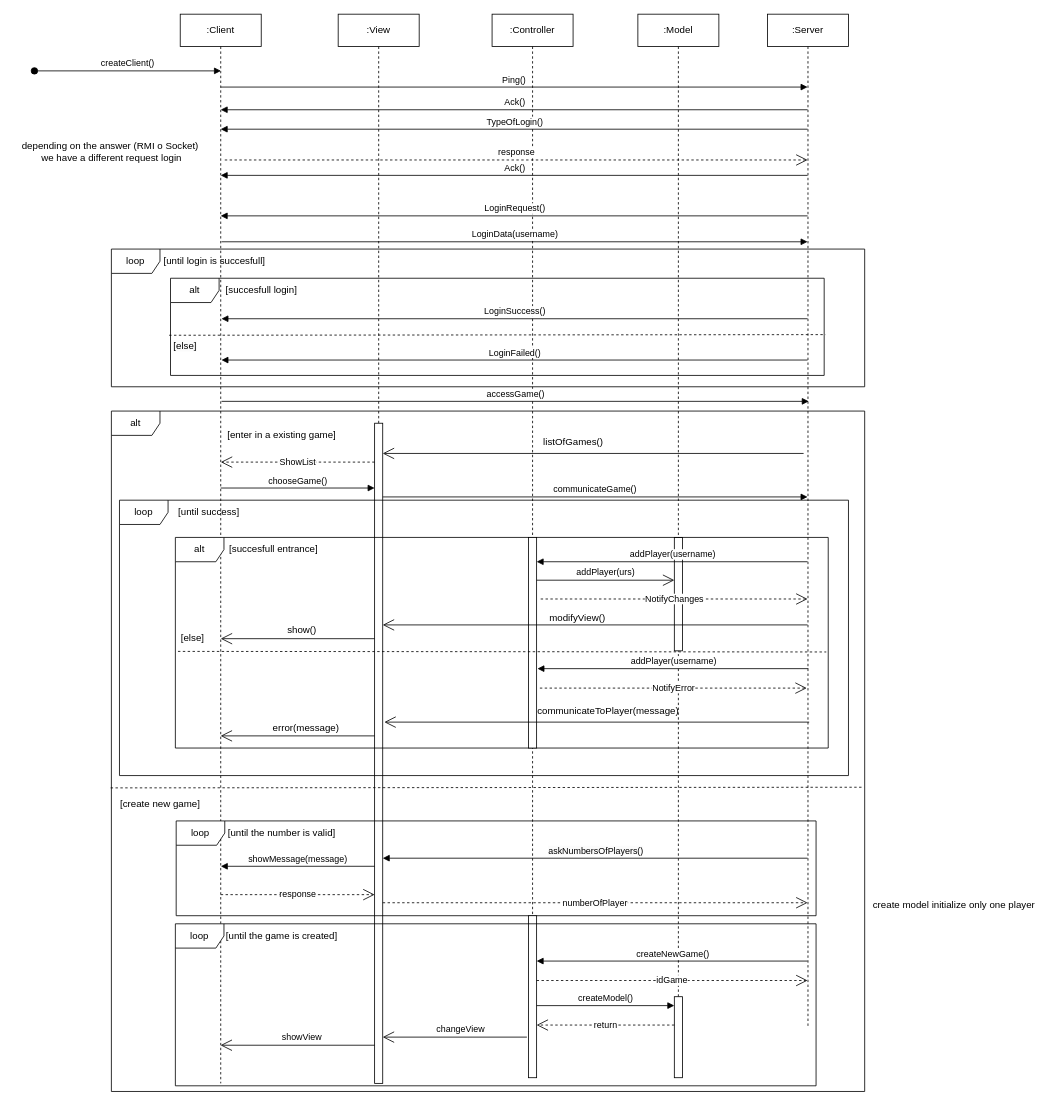
Earlier version of the draw.io diagram src/main/resources/deliverables/Acceso al gioco.drawio (matteovignocchi/ing-sw-2025-Vignocchi-Nedina-LoConte-LaVecchia). Source tidied: cells renumbered, new cells numbered last; positions are measured from the earlier drawing's top-left corner, leaving out a move shared by most shapes. Both pictures are drawn from the tidied source at 81%, with x=0, y=0 at pixel (14, 14).
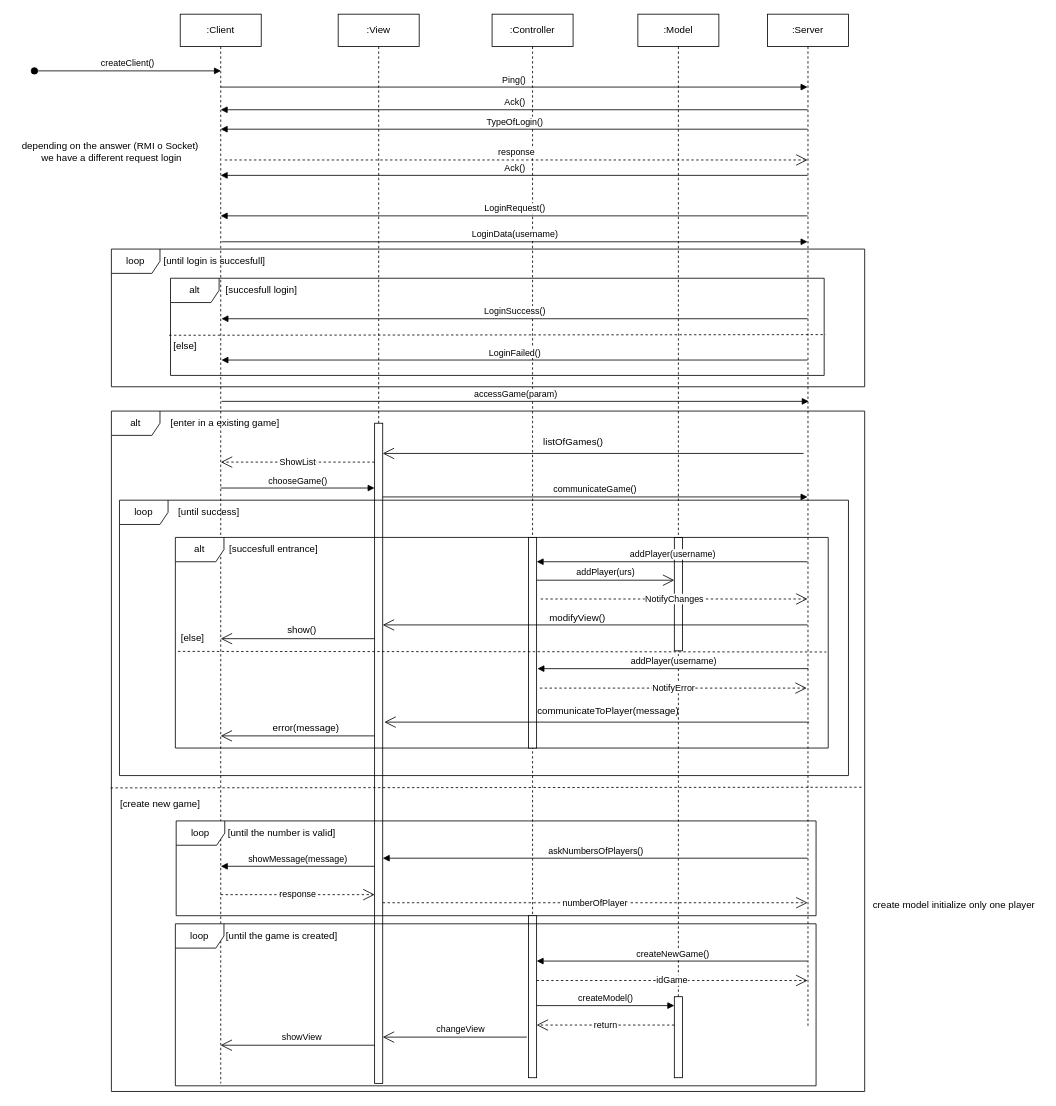
Above is the later version.

Change to the diagram source:
```diff
@@
     <mxCell id="25" value="[enter in a existing game]" style="text;html=1;align=center;verticalAlign=middle;strokeColor=none;fillColor=none;" parent="1" vertex="1">
-      <mxGeometry x="250" y="505" width="160" height="30" as="geometry" />
+      <mxGeometry x="180" y="490" width="160" height="30" as="geometry" />
     </mxCell>
-    <mxCell id="26" value="accessGame()" style="html=1;verticalAlign=bottom;endArrow=block;curved=0;rounded=0;" parent="1" edge="1">
+    <mxCell id="26" value="accessGame(param)" style="html=1;verticalAlign=bottom;endArrow=block;curved=0;rounded=0;" parent="1" edge="1">
       <mxGeometry relative="1" as="geometry">
         <mxPoint x="256" y="478" as="sourcePoint" />
         <mxPoint x="981" y="478" as="targetPoint" />
       </mxGeometry>
     </mxCell>
```
